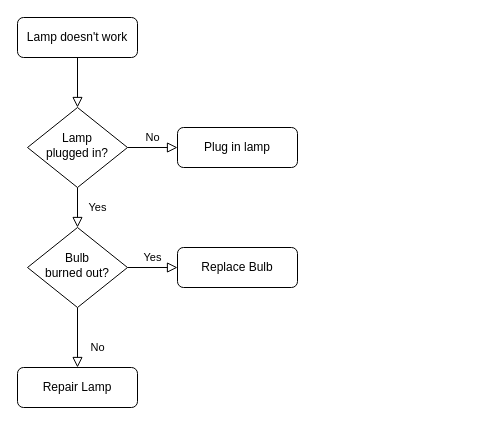
kvillacarillo/Draw-IO-Sample-Repository keeps this draw.io diagram as Sample Diagram.drawio. Above is the earlier version. Source tidied: cells renumbered, new cells numbered last; positions are measured from the earlier drawing's top-left corner, leaving out a move shared by most shapes. Both pictures are drawn from the tidied source at 100%, with x=0, y=0 at pixel (17, 17).
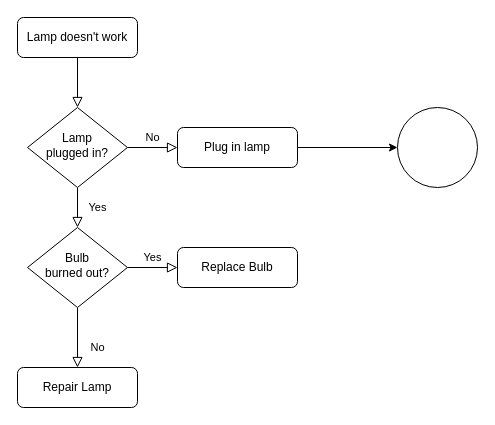
Above is the later version.

What changed in the source:
```diff
@@
 <mxGraphModel>
   <root>
     <mxCell id="0" />
     <mxCell id="1" parent="0" />
     <mxCell id="2" style="rounded=0;html=1;jettySize=auto;fontSize=11;endArrow=block;endFill=0;endSize=8;strokeWidth=1;shadow=0;labelBackgroundColor=none;edgeStyle=orthogonalEdgeStyle;" parent="1" edge="1" source="3" target="6">
       <mxGeometry relative="1" as="geometry" />
     </mxCell>
     <mxCell id="3" value="Lamp doesn't work" style="rounded=1;whiteSpace=wrap;html=1;fontSize=12;glass=0;strokeWidth=1;shadow=0;" parent="1" vertex="1">
       <mxGeometry width="120" height="40" as="geometry" />
     </mxCell>
     <mxCell id="4" value="Yes" style="rounded=0;html=1;jettySize=auto;fontSize=11;endArrow=block;endFill=0;endSize=8;strokeWidth=1;shadow=0;labelBackgroundColor=none;edgeStyle=orthogonalEdgeStyle;" parent="1" edge="1" source="6" target="10">
       <mxGeometry y="20" relative="1" as="geometry" />
     </mxCell>
     <mxCell id="5" value="No" style="edgeStyle=orthogonalEdgeStyle;rounded=0;html=1;jettySize=auto;fontSize=11;endArrow=block;endFill=0;endSize=8;strokeWidth=1;shadow=0;labelBackgroundColor=none;" parent="1" edge="1" source="6" target="7">
       <mxGeometry y="10" relative="1" as="geometry" />
     </mxCell>
     <mxCell id="6" value="Lamp&lt;br&gt;plugged in?" style="rhombus;whiteSpace=wrap;html=1;shadow=0;fontFamily=Helvetica;fontSize=12;align=center;strokeWidth=1;spacing=6;spacingTop=-4;" parent="1" vertex="1">
       <mxGeometry x="10" y="90" width="100" height="80" as="geometry" />
     </mxCell>
+    <mxCell id="13" style="edgeStyle=orthogonalEdgeStyle;rounded=0;jettySize=auto;html=1;" parent="1" edge="1" source="7" target="14">
+      <mxGeometry relative="1" as="geometry" />
+    </mxCell>
     <mxCell id="7" value="Plug in lamp" style="rounded=1;whiteSpace=wrap;html=1;fontSize=12;glass=0;strokeWidth=1;shadow=0;" parent="1" vertex="1">
       <mxGeometry x="160" y="110" width="120" height="40" as="geometry" />
     </mxCell>
     <mxCell id="8" value="No" style="rounded=0;html=1;jettySize=auto;fontSize=11;endArrow=block;endFill=0;endSize=8;strokeWidth=1;shadow=0;labelBackgroundColor=none;edgeStyle=orthogonalEdgeStyle;" parent="1" edge="1" source="10" target="11">
       <mxGeometry x="0.33" y="20" relative="1" as="geometry" />
     </mxCell>
     <mxCell id="9" value="Yes" style="edgeStyle=orthogonalEdgeStyle;rounded=0;html=1;jettySize=auto;fontSize=11;endArrow=block;endFill=0;endSize=8;strokeWidth=1;shadow=0;labelBackgroundColor=none;" parent="1" edge="1" source="10" target="12">
       <mxGeometry y="10" relative="1" as="geometry" />
     </mxCell>
     <mxCell id="10" value="Bulb&lt;br&gt;burned out?" style="rhombus;whiteSpace=wrap;html=1;shadow=0;fontFamily=Helvetica;fontSize=12;align=center;strokeWidth=1;spacing=6;spacingTop=-4;" parent="1" vertex="1">
       <mxGeometry x="10" y="210" width="100" height="80" as="geometry" />
     </mxCell>
     <mxCell id="11" value="Repair Lamp" style="rounded=1;whiteSpace=wrap;html=1;fontSize=12;glass=0;strokeWidth=1;shadow=0;" parent="1" vertex="1">
       <mxGeometry y="350" width="120" height="40" as="geometry" />
     </mxCell>
     <mxCell id="12" value="Replace Bulb" style="rounded=1;whiteSpace=wrap;html=1;fontSize=12;glass=0;strokeWidth=1;shadow=0;" parent="1" vertex="1">
       <mxGeometry x="160" y="230" width="120" height="40" as="geometry" />
     </mxCell>
+    <mxCell id="14" style="ellipse;whiteSpace=wrap;html=1;rounded=1;glass=0;strokeWidth=1;shadow=0;" parent="1" vertex="1">
+      <mxGeometry x="380" y="90" width="80" height="80" as="geometry" />
+    </mxCell>
   </root>
 </mxGraphModel>
```
